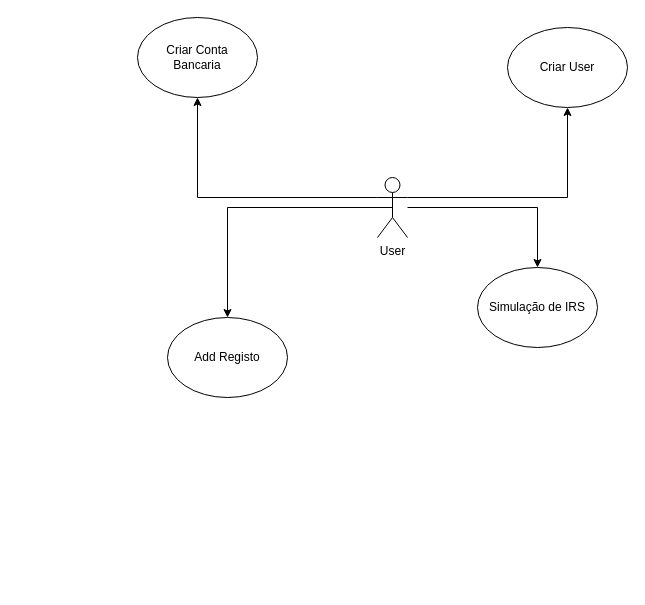
This is page "Diagrama de Casos de Uso" (2 of 2) of ESficha4-2025.drawio from SrKile/ESficha4-2025, a draw.io file, before an edit. Source tidied: cells renumbered, new cells numbered last; positions are measured from the earlier drawing's top-left corner, leaving out a move shared by most shapes. Both pictures are drawn from the tidied source at 100%, with x=0, y=0 at pixel (137, 17).
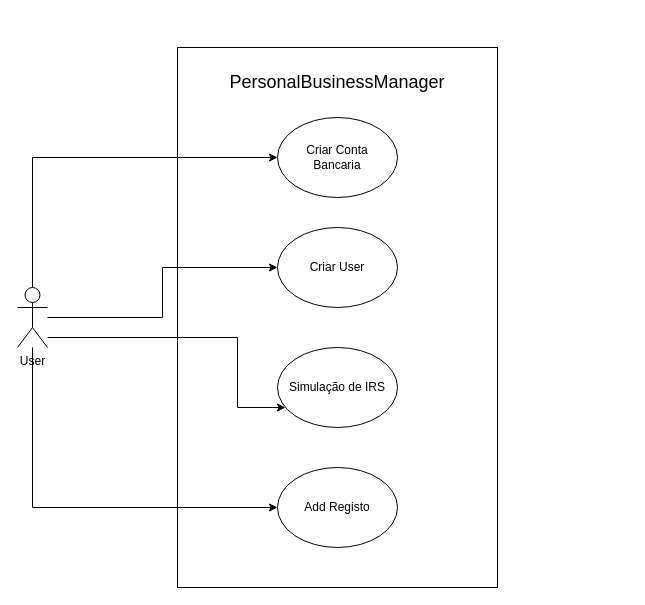
After the change.

What changed in the source:
```diff
@@
 <mxGraphModel>
   <root>
     <mxCell id="0" />
     <mxCell id="1" parent="0" />
+    <mxCell id="11" style="edgeStyle=orthogonalEdgeStyle;rounded=0;jettySize=auto;html=1;startArrow=classic;startFill=1;endArrow=none;endFill=0;" parent="1" edge="1" source="2" target="10">
+      <mxGeometry relative="1" as="geometry" />
+    </mxCell>
     <mxCell id="2" value="Criar Conta&lt;br&gt;Bancaria" style="ellipse;whiteSpace=wrap;html=1;" parent="1" vertex="1">
-      <mxGeometry width="120" height="80" as="geometry" />
+      <mxGeometry x="140" y="100" width="120" height="80" as="geometry" />
     </mxCell>
+    <mxCell id="12" style="edgeStyle=orthogonalEdgeStyle;rounded=0;jettySize=auto;html=1;startArrow=classic;startFill=1;endArrow=none;endFill=0;" parent="1" edge="1" source="3" target="10">
+      <mxGeometry relative="1" as="geometry" />
+    </mxCell>
     <mxCell id="3" value="Add Registo" style="ellipse;whiteSpace=wrap;html=1;" parent="1" vertex="1">
-      <mxGeometry x="30" y="300" width="120" height="80" as="geometry" />
+      <mxGeometry x="140" y="450" width="120" height="80" as="geometry" />
     </mxCell>
+    <mxCell id="13" style="edgeStyle=orthogonalEdgeStyle;rounded=0;jettySize=auto;html=1;startArrow=classic;startFill=1;endArrow=none;endFill=0;" parent="1" edge="1" source="4" target="10">
+      <mxGeometry relative="1" as="geometry" />
+    </mxCell>
     <mxCell id="4" value="Criar User" style="ellipse;whiteSpace=wrap;html=1;" parent="1" vertex="1">
-      <mxGeometry x="370" y="10" width="120" height="80" as="geometry" />
+      <mxGeometry x="140" y="210" width="120" height="80" as="geometry" />
     </mxCell>
+    <mxCell id="14" style="edgeStyle=orthogonalEdgeStyle;rounded=0;jettySize=auto;html=1;startArrow=classic;startFill=1;endArrow=none;endFill=0;" parent="1" edge="1" source="5" target="10">
+      <mxGeometry relative="1" as="geometry">
+        <Array as="points">
+          <mxPoint x="100" y="390" />
+          <mxPoint x="100" y="320" />
+        </Array>
+      </mxGeometry>
+    </mxCell>
     <mxCell id="5" value="Simulação de IRS" style="ellipse;whiteSpace=wrap;html=1;" parent="1" vertex="1">
-      <mxGeometry x="340" y="250" width="120" height="80" as="geometry" />
+      <mxGeometry x="140" y="330" width="120" height="80" as="geometry" />
     </mxCell>
-    <mxCell id="6" style="edgeStyle=orthogonalEdgeStyle;rounded=0;jettySize=auto;html=1;exitX=0.5;exitY=0.5;exitDx=0;exitDy=0;exitPerimeter=0;" parent="1" edge="1" source="10" target="3">
-      <mxGeometry relative="1" as="geometry" />
-    </mxCell>
-    <mxCell id="7" style="edgeStyle=orthogonalEdgeStyle;rounded=0;jettySize=auto;html=1;exitX=0;exitY=0.3333333333333333;exitDx=0;exitDy=0;exitPerimeter=0;" parent="1" edge="1" source="10" target="2">
-      <mxGeometry relative="1" as="geometry" />
-    </mxCell>
-    <mxCell id="8" style="edgeStyle=orthogonalEdgeStyle;rounded=0;jettySize=auto;html=1;exitX=1;exitY=0.3333333333333333;exitDx=0;exitDy=0;exitPerimeter=0;" parent="1" edge="1" source="10" target="4">
-      <mxGeometry relative="1" as="geometry" />
-    </mxCell>
-    <mxCell id="9" style="edgeStyle=orthogonalEdgeStyle;rounded=0;jettySize=auto;html=1;" parent="1" edge="1" source="10" target="5">
-      <mxGeometry relative="1" as="geometry" />
-    </mxCell>
     <mxCell id="10" value="User" style="shape=umlActor;verticalLabelPosition=bottom;verticalAlign=top;html=1;outlineConnect=0;" parent="1" vertex="1">
-      <mxGeometry x="240" y="160" width="30" height="60" as="geometry" />
+      <mxGeometry x="-120" y="270" width="30" height="60" as="geometry" />
     </mxCell>
+    <mxCell id="15" style="rounded=0;whiteSpace=wrap;html=1;fillColor=none;" parent="1" vertex="1">
+      <mxGeometry x="40" y="30" width="320" height="540" as="geometry" />
+    </mxCell>
+    <mxCell id="16" value="PersonalBusinessManager" style="text;html=1;align=center;verticalAlign=middle;whiteSpace=wrap;rounded=0;fontSize=18;" parent="1" vertex="1">
+      <mxGeometry x="120" y="50" width="160" height="30" as="geometry" />
+    </mxCell>
   </root>
 </mxGraphModel>
```
